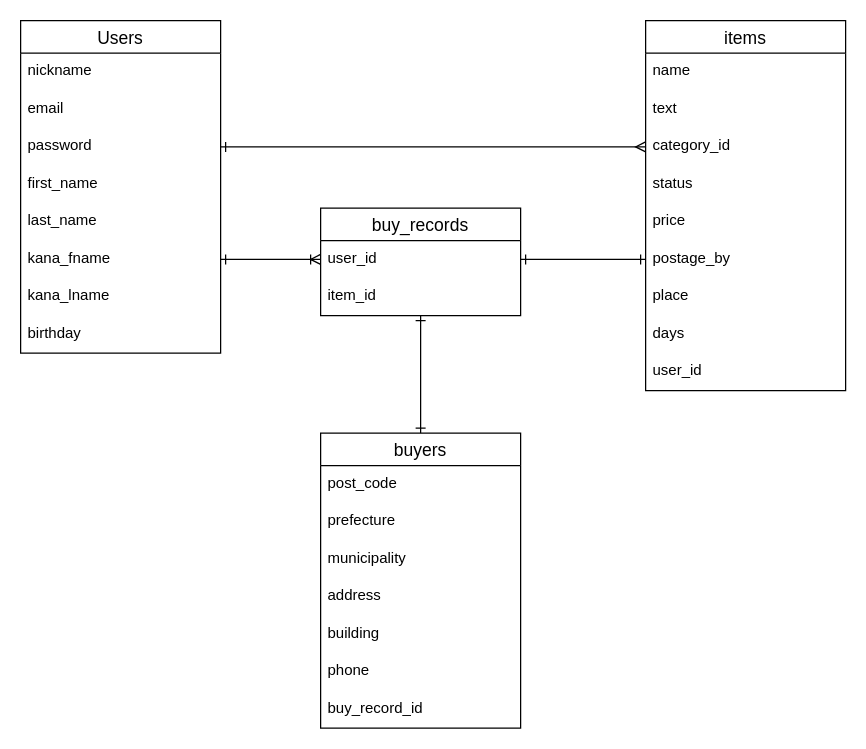
Above: ER.dio in minidebu/furima-37327 (draw.io), before the change. Source tidied: cells renumbered, new cells numbered last; positions are measured from the earlier drawing's top-left corner, leaving out a move shared by most shapes. Both pictures are drawn from the tidied source at 125%, with x=0, y=0 at pixel (20, 20).
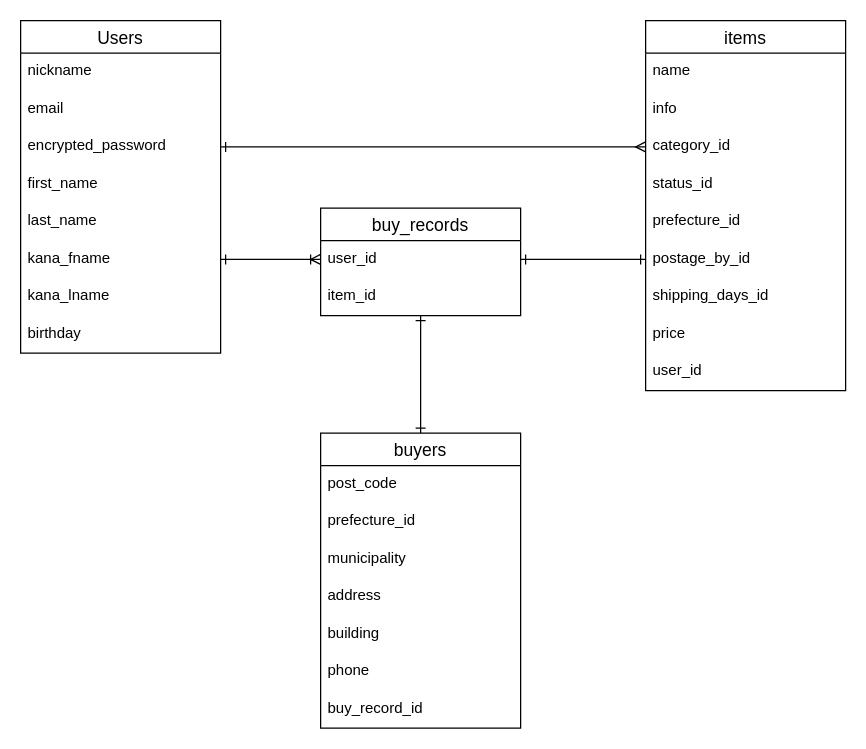
The same page after the edit.

The change refers to these unchanged cells:
```xml
<mxCell id="2" value="Users" style="swimlane;fontStyle=0;horizontal=1;startSize=26;align=center;fontSize=14;" parent="1" vertex="1">
  <mxGeometry width="160" height="266" as="geometry" />
</mxCell>
<mxCell id="12" value="buyers" style="swimlane;fontStyle=0;horizontal=1;startSize=26;align=center;fontSize=14;" parent="1" vertex="1">
  <mxGeometry x="240" y="330" width="160" height="236" as="geometry" />
</mxCell>
<mxCell id="20" value="items" style="swimlane;fontStyle=0;horizontal=1;startSize=26;align=center;fontSize=14;" parent="1" vertex="1">
  <mxGeometry x="500" width="160" height="296" as="geometry" />
</mxCell>
```

Change to the diagram source:
```diff
@@
-    <mxCell id="5" value="password" style="text;strokeColor=none;fillColor=none;spacingLeft=4;spacingRight=4;overflow=hidden;points=[[0,0.5],[1,0.5]];portConstraint=eastwest;fontSize=12;" parent="2" vertex="1">
+    <mxCell id="5" value="encrypted_password" style="text;strokeColor=none;fillColor=none;spacingLeft=4;spacingRight=4;overflow=hidden;points=[[0,0.5],[1,0.5]];portConstraint=eastwest;fontSize=12;" parent="2" vertex="1">
       <mxGeometry y="86" width="160" height="30" as="geometry" />
     </mxCell>
@@
-    <mxCell id="14" value="prefecture" style="text;strokeColor=none;fillColor=none;spacingLeft=4;spacingRight=4;overflow=hidden;fontSize=12;" parent="12" vertex="1">
+    <mxCell id="14" value="prefecture_id" style="text;strokeColor=none;fillColor=none;spacingLeft=4;spacingRight=4;overflow=hidden;fontSize=12;" parent="12" vertex="1">
       <mxGeometry y="56" width="160" height="30" as="geometry" />
     </mxCell>
@@
-    <mxCell id="22" value="text" style="text;strokeColor=none;fillColor=none;spacingLeft=4;spacingRight=4;overflow=hidden;fontSize=12;" parent="20" vertex="1">
+    <mxCell id="22" value="info" style="text;strokeColor=none;fillColor=none;spacingLeft=4;spacingRight=4;overflow=hidden;fontSize=12;" parent="20" vertex="1">
       <mxGeometry y="56" width="160" height="30" as="geometry" />
     </mxCell>
@@
-    <mxCell id="24" value="status" style="text;strokeColor=none;fillColor=none;spacingLeft=4;spacingRight=4;overflow=hidden;fontSize=12;" parent="20" vertex="1">
+    <mxCell id="24" value="status_id" style="text;strokeColor=none;fillColor=none;spacingLeft=4;spacingRight=4;overflow=hidden;fontSize=12;" parent="20" vertex="1">
       <mxGeometry y="116" width="160" height="30" as="geometry" />
     </mxCell>
-    <mxCell id="25" value="price" style="text;strokeColor=none;fillColor=none;spacingLeft=4;spacingRight=4;overflow=hidden;fontSize=12;" parent="20" vertex="1">
+    <mxCell id="25" value="prefecture_id" style="text;strokeColor=none;fillColor=none;spacingLeft=4;spacingRight=4;overflow=hidden;fontSize=12;" parent="20" vertex="1">
       <mxGeometry y="146" width="160" height="30" as="geometry" />
     </mxCell>
-    <mxCell id="26" value="postage_by" style="text;strokeColor=none;fillColor=none;spacingLeft=4;spacingRight=4;overflow=hidden;points=[[0,0.5],[1,0.5]];portConstraint=eastwest;fontSize=12;" parent="20" vertex="1">
+    <mxCell id="26" value="postage_by_id" style="text;strokeColor=none;fillColor=none;spacingLeft=4;spacingRight=4;overflow=hidden;points=[[0,0.5],[1,0.5]];portConstraint=eastwest;fontSize=12;" parent="20" vertex="1">
       <mxGeometry y="176" width="160" height="30" as="geometry" />
     </mxCell>
-    <mxCell id="27" value="place" style="text;strokeColor=none;fillColor=none;spacingLeft=4;spacingRight=4;overflow=hidden;fontSize=12;" parent="20" vertex="1">
+    <mxCell id="27" value="shipping_days_id" style="text;strokeColor=none;fillColor=none;spacingLeft=4;spacingRight=4;overflow=hidden;fontSize=12;" parent="20" vertex="1">
       <mxGeometry y="206" width="160" height="30" as="geometry" />
     </mxCell>
-    <mxCell id="28" value="days" style="text;strokeColor=none;fillColor=none;spacingLeft=4;spacingRight=4;overflow=hidden;fontSize=12;" parent="20" vertex="1">
+    <mxCell id="28" value="price" style="text;strokeColor=none;fillColor=none;spacingLeft=4;spacingRight=4;overflow=hidden;fontSize=12;" parent="20" vertex="1">
       <mxGeometry y="236" width="160" height="30" as="geometry" />
     </mxCell>
```
